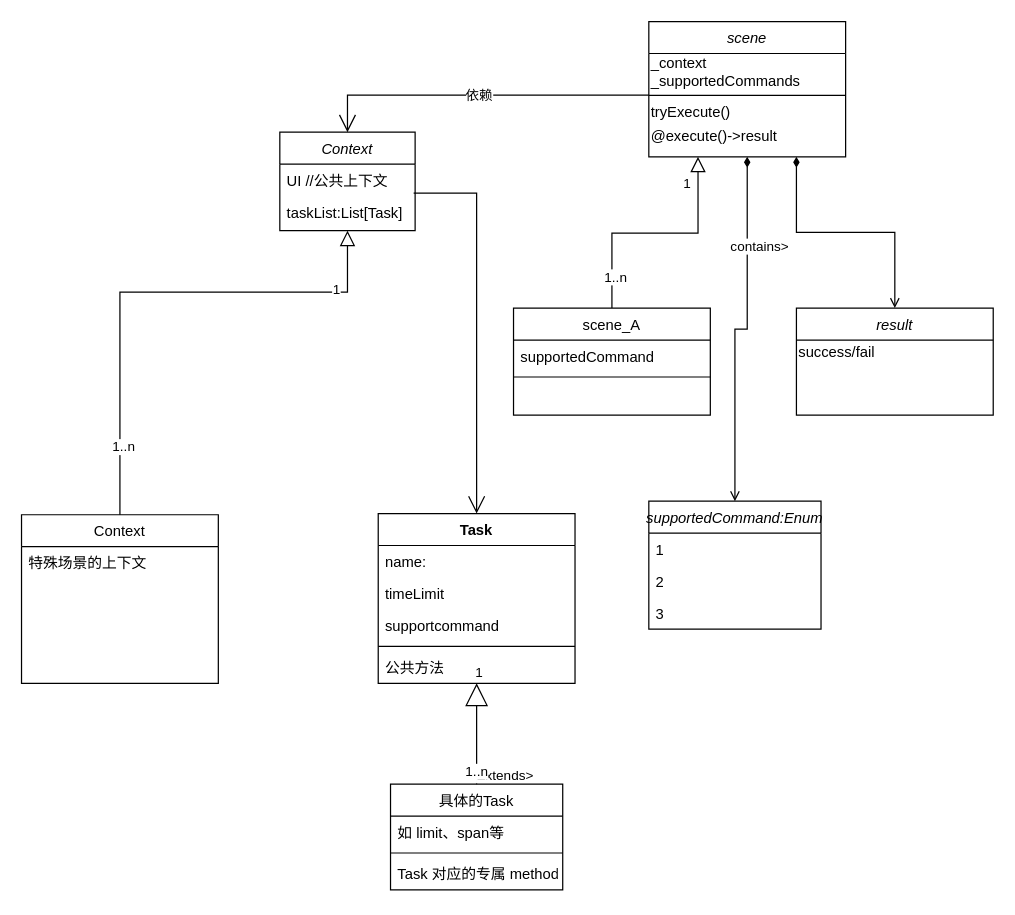
Earlier version of the draw.io diagram jianjie_example/FrameWorkMap.drawio (fire-lit-band/single-input-gtd). Source tidied: cells renumbered, new cells numbered last; positions are measured from the earlier drawing's top-left corner, leaving out a move shared by most shapes. Both pictures are drawn from the tidied source at 123%, with x=0, y=0 at pixel (21, 21).
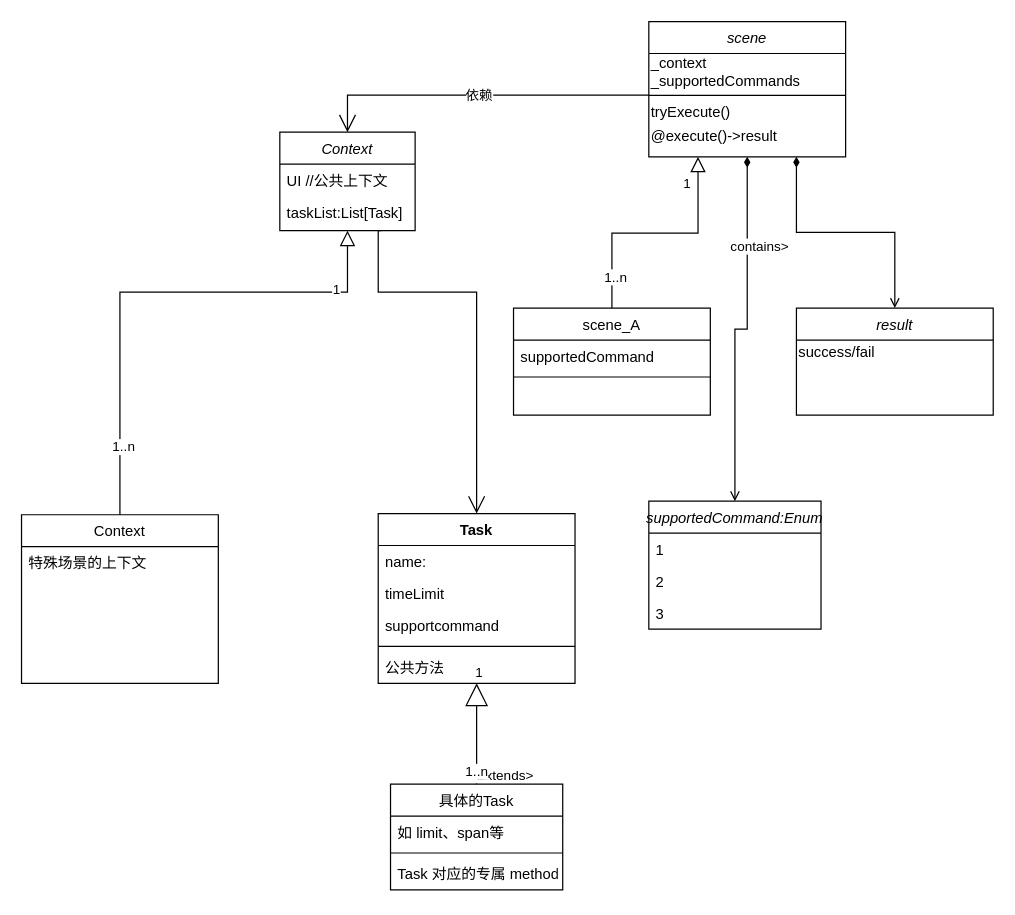
Above is the later version.

The change refers to these unchanged cells:
```xml
<mxCell id="21" value="Task" style="swimlane;fontStyle=1;align=center;verticalAlign=top;horizontal=1;startSize=26;" parent="1" vertex="1">
  <mxGeometry x="290" y="400" width="160" height="138" as="geometry" />
</mxCell>
<mxCell id="34" value="Context" style="swimlane;fontStyle=2;align=center;verticalAlign=top;horizontal=1;startSize=26;rounded=0;shadow=0;strokeWidth=1;" parent="1" vertex="1">
  <mxGeometry x="210" y="90" width="110" height="80" as="geometry" />
</mxCell>
<mxCell id="36" value="taskList:List[Task]&#10;" style="text;align=left;verticalAlign=top;spacingLeft=4;spacingRight=4;overflow=hidden;points=[[0,0.5],[1,0.5]];portConstraint=eastwest;" parent="34" vertex="1">
  <mxGeometry y="52" width="110" height="26" as="geometry" />
</mxCell>
```

The edit, as a diff of the source:
```diff
@@
-    <mxCell id="43" style="endArrow=open;endFill=1;endSize=12;html=1;rounded=0;entryX=0.5;entryY=0;entryDx=0;entryDy=0;exitX=0.989;exitY=-0.096;exitDx=0;exitDy=0;exitPerimeter=0;edgeStyle=orthogonalEdgeStyle;" parent="1" edge="1" source="36" target="21">
-      <mxGeometry relative="1" as="geometry" />
+    <mxCell id="43" style="endArrow=open;endFill=1;endSize=12;html=1;rounded=0;entryX=0.5;entryY=0;entryDx=0;entryDy=0;exitX=0.75;exitY=1;exitDx=0;exitDy=0;edgeStyle=orthogonalEdgeStyle;" parent="1" edge="1" source="34" target="21">
+      <mxGeometry relative="1" as="geometry">
+        <Array as="points">
+          <mxPoint x="290" y="170" />
+          <mxPoint x="290" y="220" />
+          <mxPoint x="370" y="220" />
+        </Array>
+      </mxGeometry>
     </mxCell>
```
